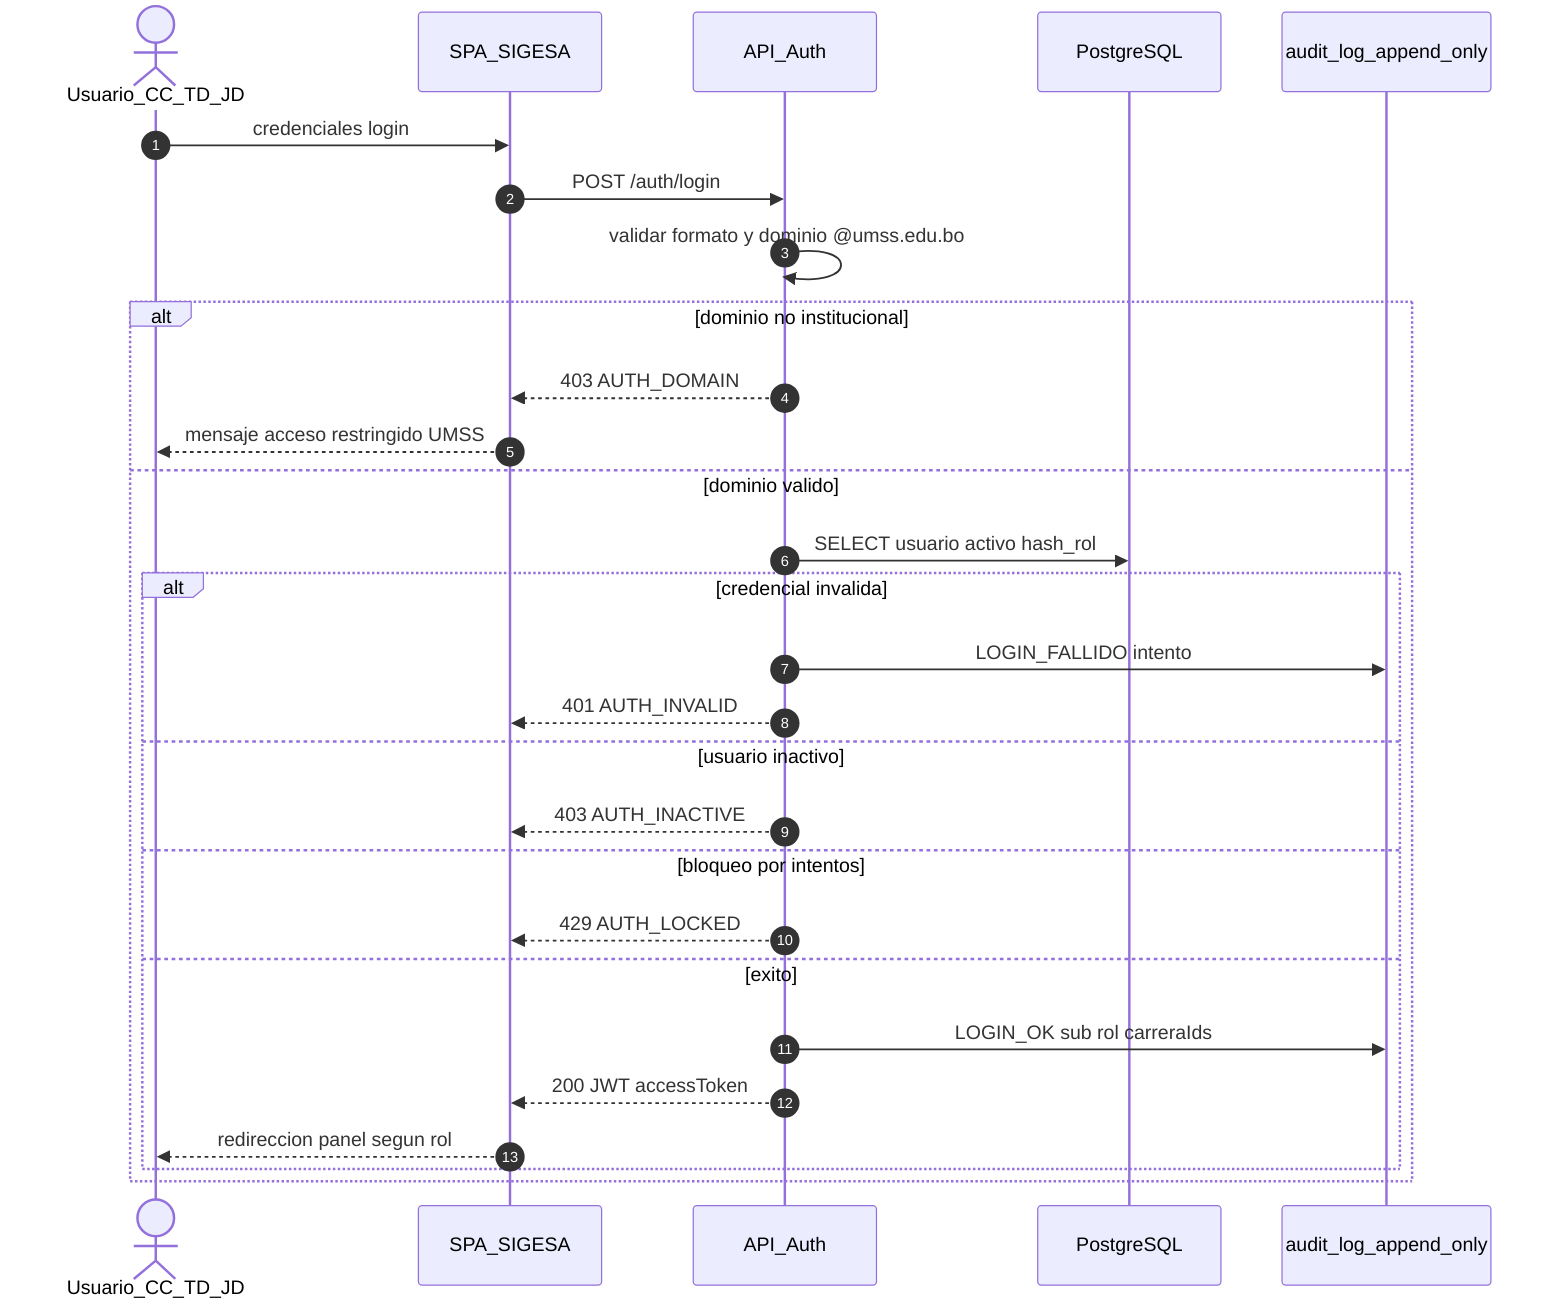
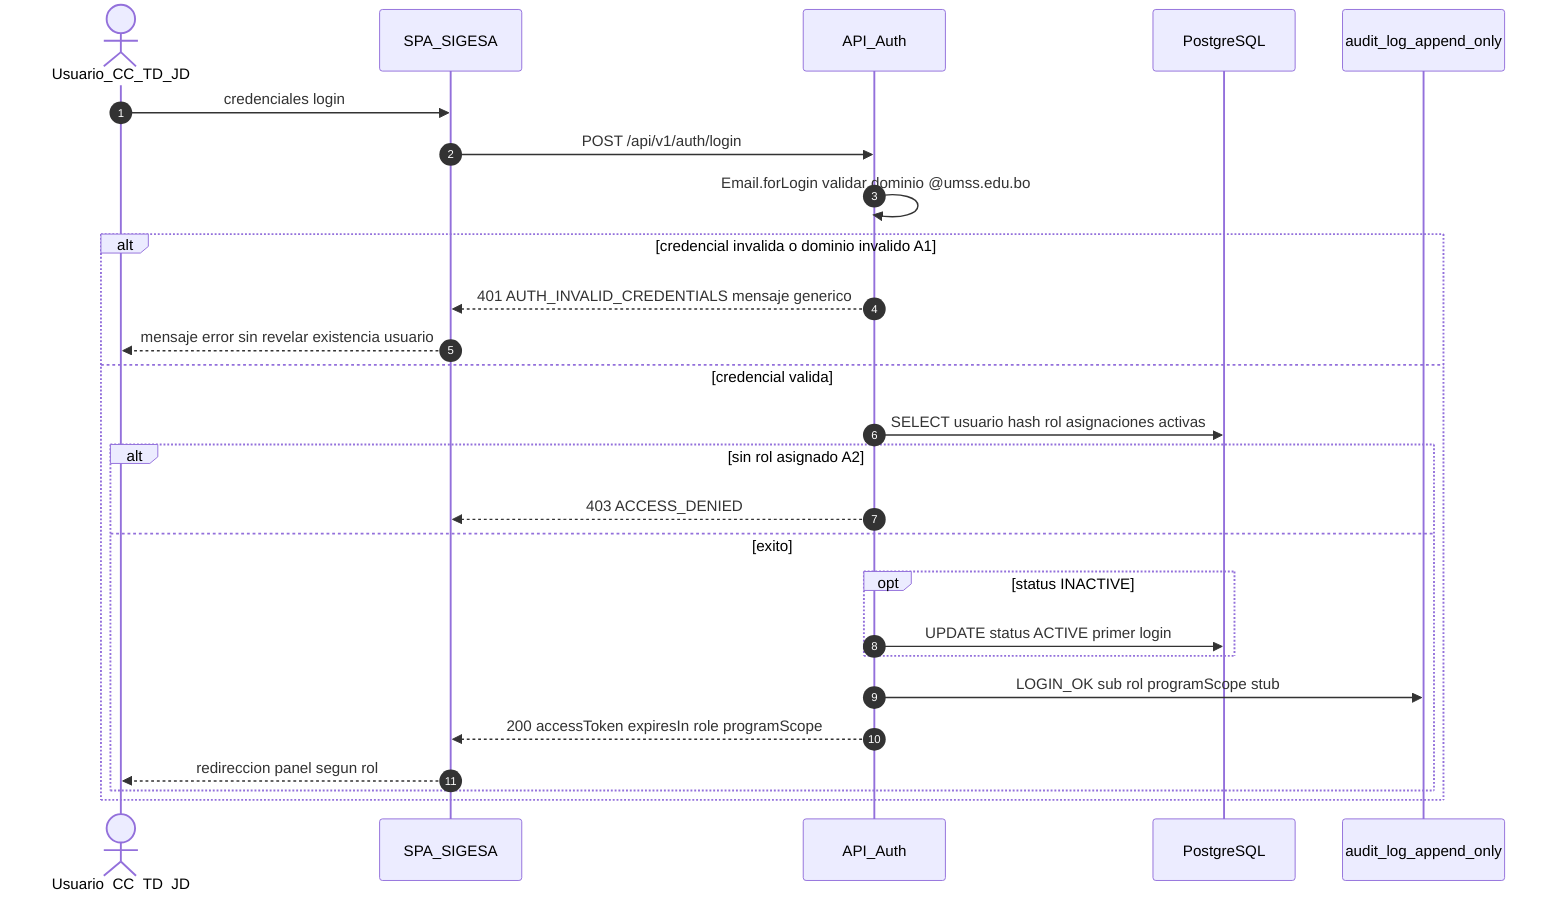
﻿%% diagramId: MAR-SEQ-001
- %% fsdTrace: team/Marlene/04_fsd/FSD.md FSD-UC-001 RB-06
- %% version: 1.0 Â· carpeta: 07_diagramas (no duplicar en 08_agents)
+ %% fsdTrace: docs/product/FSD.md FSD-UC-001 DD-UC-001
+ %% version: 1.1 · MOD-AUTH v1.0 (A1 estricto → 401; sin AUTH_LOCKED v1.0)
sequenceDiagram
    autonumber
    actor U as Usuario_CC_TD_JD
    participant SPA as SPA_SIGESA
    participant API as API_Auth
    participant DB as PostgreSQL
    participant AUD as audit_log_append_only

    U->>SPA: credenciales login
-     SPA->>API: POST /auth/login
-     API->>API: validar formato y dominio @umss.edu.bo
-     alt dominio no institucional
-         API-->>SPA: 403 AUTH_DOMAIN
-         SPA-->>U: mensaje acceso restringido UMSS
-     else dominio valido
-         API->>DB: SELECT usuario activo hash_rol
-         alt credencial invalida
-             API->>AUD: LOGIN_FALLIDO intento
-             API-->>SPA: 401 AUTH_INVALID
-         else usuario inactivo
-             API-->>SPA: 403 AUTH_INACTIVE
-         else bloqueo por intentos
-             API-->>SPA: 429 AUTH_LOCKED
+     SPA->>API: POST /api/v1/auth/login
+     API->>API: Email.forLogin validar dominio @umss.edu.bo
+     alt credencial invalida o dominio invalido A1
+         API-->>SPA: 401 AUTH_INVALID_CREDENTIALS mensaje generico
+         SPA-->>U: mensaje error sin revelar existencia usuario
+     else credencial valida
+         API->>DB: SELECT usuario hash rol asignaciones activas
+         alt sin rol asignado A2
+             API-->>SPA: 403 ACCESS_DENIED
        else exito
-             API->>AUD: LOGIN_OK sub rol carreraIds
-             API-->>SPA: 200 JWT accessToken
+             opt status INACTIVE
+                 API->>DB: UPDATE status ACTIVE primer login
+             end
+             API->>AUD: LOGIN_OK sub rol programScope stub
+             API-->>SPA: 200 accessToken expiresIn role programScope
            SPA-->>U: redireccion panel segun rol
        end
    end
